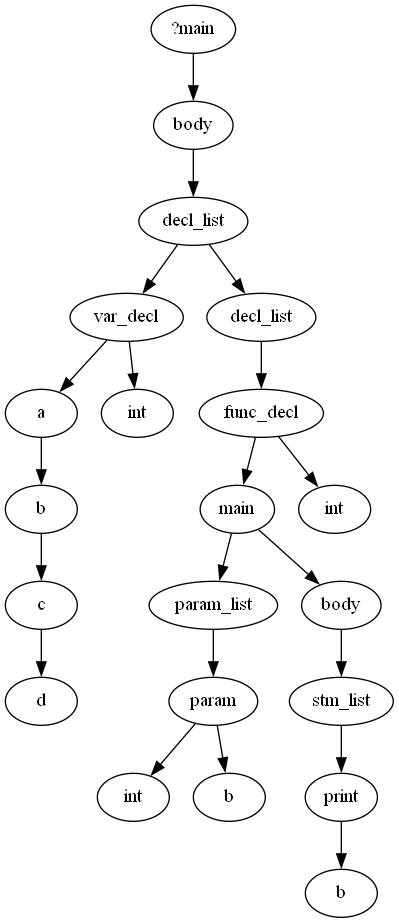
The Graphviz diagram src/printer/images/AST.gv.png in KianBankeLarsen/Compiler, before a commit. Its source is kept beside it as src/printer/images/AST.gv.
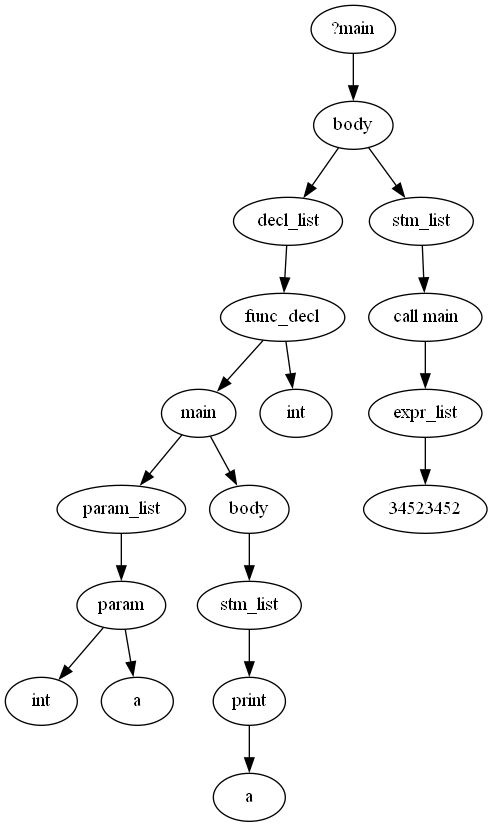
After the commit.

What changed in the source:
```diff
@@ -1,43 +1,37 @@
 digraph AST {
 	0 [label="?main"]
 	1 [label=body]
-	2 [label=var_decl]
-	3 [label=a]
-	4 [label=b]
-	5 [label=c]
-	6 [label=d]
-	5 -> 6
+	2 [label=func_decl]
+	3 [label=main]
+	4 [label=param]
+	5 [label=int]
+	6 [label=a]
 	4 -> 5
-	3 -> 4
-	7 [label=int]
+	4 -> 6
+	7 [label=param_list]
+	7 -> 4
+	3 -> 7
+	8 [label=body]
+	9 [label=stm_list]
+	10 [label=a]
+	11 [label=print]
+	11 -> 10
+	9 -> 11
+	8 -> 9
+	3 -> 8
+	12 [label=int]
 	2 -> 3
-	2 -> 7
-	8 [label=decl_list]
-	9 [label=func_decl]
-	10 [label=main]
-	11 [label=param]
-	12 [label=int]
-	13 [label=b]
-	11 -> 12
-	11 -> 13
-	14 [label=param_list]
-	14 -> 11
-	10 -> 14
-	15 [label=body]
-	16 [label=stm_list]
-	17 [label=b]
-	18 [label=print]
-	18 -> 17
-	16 -> 18
-	15 -> 16
-	10 -> 15
-	19 [label=int]
-	9 -> 10
-	9 -> 19
-	20 [label=decl_list]
-	20 -> 9
-	8 -> 20
-	8 -> 2
-	1 -> 8
+	2 -> 12
+	13 [label=decl_list]
+	13 -> 2
+	1 -> 13
+	14 [label=stm_list]
+	15 [label="call main"]
+	16 [label=34523452]
+	17 [label=expr_list]
+	17 -> 16
+	15 -> 17
+	14 -> 15
+	1 -> 14
 	0 -> 1
 }
```
